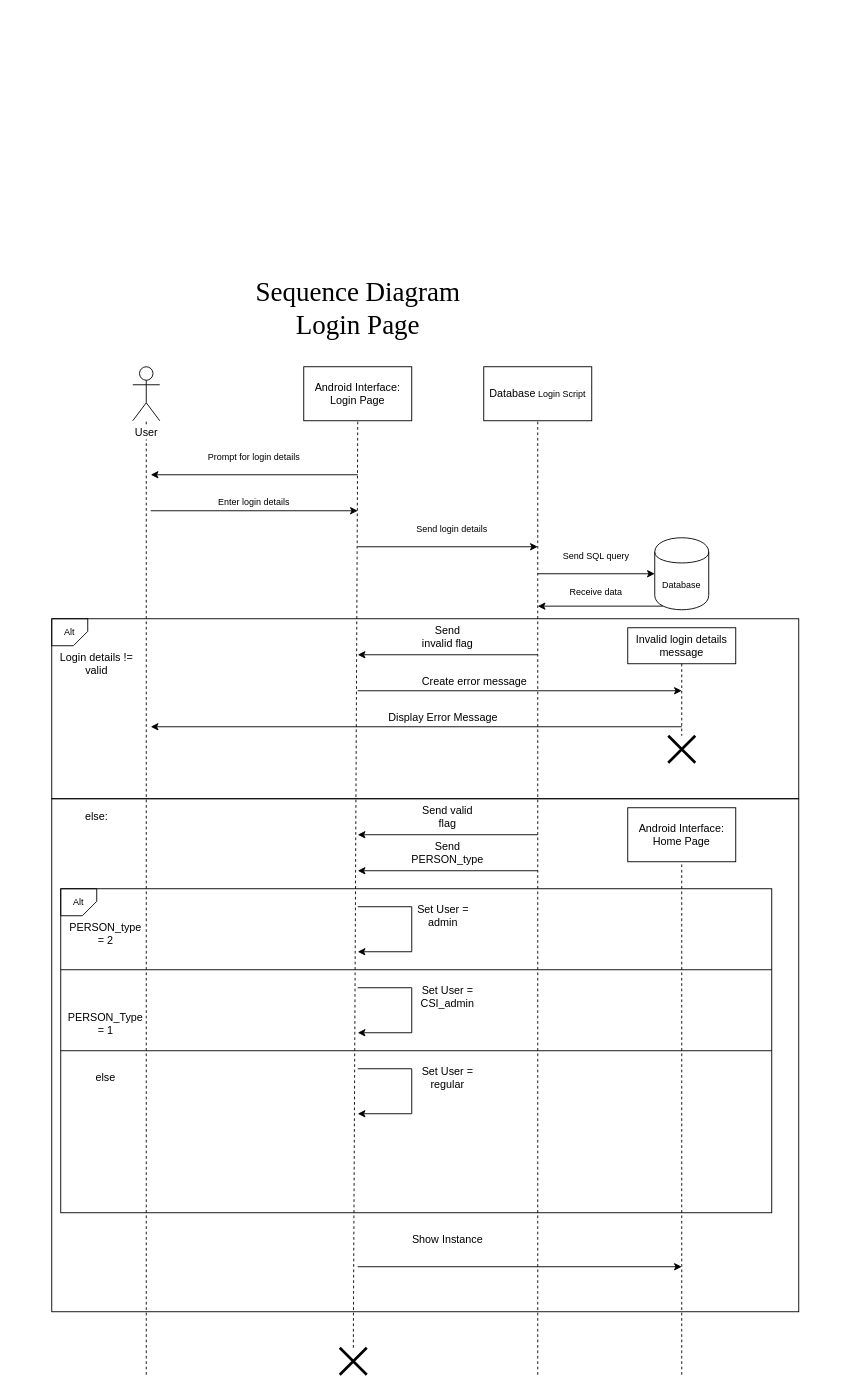
Earlier version of the draw.io diagram Diagrams/Sequence_Diagram_Login.drawio (Makizoro/Overclock). Source tidied: cells renumbered, new cells numbered last; positions are measured from the earlier drawing's top-left corner, leaving out a move shared by most shapes. Both pictures are drawn from the tidied source at 90%, with x=0, y=0 at pixel (51, 267).
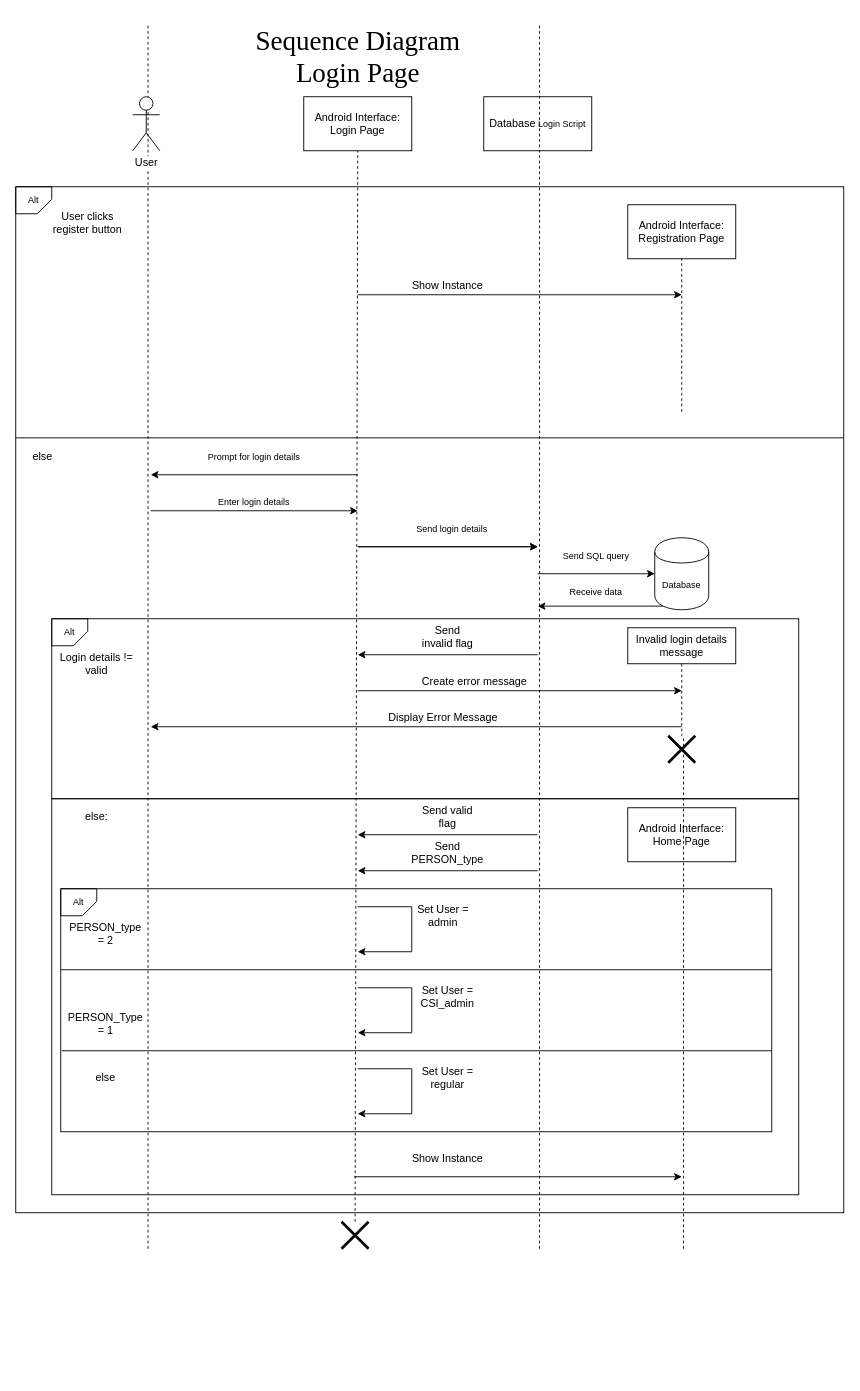
Above is the later version.

The change refers to these unchanged cells:
```xml
<mxCell id="35" value="Android Interface: Home Page" style="rounded=0;whiteSpace=wrap;html=1;" parent="1" vertex="1">
  <mxGeometry x="640" y="600" width="120" height="60" as="geometry" />
</mxCell>
```

What changed in the source:
```diff
@@
+    <mxCell id="56" style="rounded=0;whiteSpace=wrap;html=1;fontSize=10;fillColor=none;" parent="1" vertex="1">
+      <mxGeometry x="-40" y="-90" width="920" height="1140" as="geometry" />
+    </mxCell>
@@
     <mxCell id="3" style="rounded=0;whiteSpace=wrap;html=1;fontSize=10;fillColor=none;" parent="1" vertex="1">
-      <mxGeometry y="590" width="830" height="570" as="geometry" />
+      <mxGeometry y="590" width="830" height="440" as="geometry" />
     </mxCell>
     <mxCell id="4" style="rounded=0;whiteSpace=wrap;html=1;fillColor=none;" parent="1" vertex="1">
-      <mxGeometry x="10" y="690" width="790" height="360" as="geometry" />
+      <mxGeometry x="10" y="690" width="790" height="270" as="geometry" />
     </mxCell>
@@
-    <mxCell id="6" style="endArrow=none;dashed=1;html=1;" parent="1" edge="1" target="7">
+    <mxCell id="6" style="endArrow=none;dashed=1;html=1;" parent="1" edge="1">
       <mxGeometry relative="1" as="geometry">
-        <mxPoint x="105" y="1230" as="sourcePoint" />
+        <mxPoint x="107" y="1090" as="sourcePoint" />
+        <mxPoint x="107" y="-270" as="targetPoint" />
       </mxGeometry>
     </mxCell>
     <mxCell id="7" value="&lt;div&gt;&lt;span style=&quot;background-color: rgb(255 , 255 , 255)&quot;&gt;User&lt;/span&gt;&lt;/div&gt;" style="shape=umlActor;verticalLabelPosition=bottom;labelBackgroundColor=#ffffff;verticalAlign=top;html=1;outlineConnect=0;" parent="1" vertex="1">
-      <mxGeometry x="90" y="110" width="30" height="60" as="geometry" />
+      <mxGeometry x="90" y="-190" width="30" height="60" as="geometry" />
     </mxCell>
     <mxCell id="8" value="Android Interface: Login Page" style="rounded=0;whiteSpace=wrap;html=1;" parent="1" vertex="1">
-      <mxGeometry x="280" y="110" width="120" height="60" as="geometry" />
+      <mxGeometry x="280" y="-190" width="120" height="60" as="geometry" />
     </mxCell>
@@
     <mxCell id="13" value="&lt;font style=&quot;font-size: 12px&quot;&gt;Database&lt;/font&gt; Login Script" style="rounded=0;whiteSpace=wrap;html=1;fontSize=10;" parent="1" vertex="1">
-      <mxGeometry x="480" y="110" width="120" height="60" as="geometry" />
+      <mxGeometry x="480" y="-190" width="120" height="60" as="geometry" />
     </mxCell>
-    <mxCell id="14" style="endArrow=none;dashed=1;html=1;fontSize=10;entryX=0.5;entryY=1;entryDx=0;entryDy=0;" parent="1" edge="1" target="13">
+    <mxCell id="14" style="endArrow=none;dashed=1;html=1;fontSize=10;entryX=0.5;entryY=1;entryDx=0;entryDy=0;" parent="1" edge="1">
       <mxGeometry relative="1" as="geometry">
-        <mxPoint x="540" y="1230" as="sourcePoint" />
+        <mxPoint x="542" y="1090" as="sourcePoint" />
+        <mxPoint x="542" y="-270" as="targetPoint" />
       </mxGeometry>
     </mxCell>
@@
-    <mxCell id="36" style="endArrow=none;dashed=1;html=1;entryX=0.5;entryY=1;entryDx=0;entryDy=0;" parent="1" edge="1" target="35">
+    <mxCell id="36" style="endArrow=none;dashed=1;html=1;entryX=0.5;entryY=1;entryDx=0;entryDy=0;" parent="1" edge="1">
       <mxGeometry relative="1" as="geometry">
-        <mxPoint x="700" y="1230" as="sourcePoint" />
+        <mxPoint x="702" y="1090" as="sourcePoint" />
+        <mxPoint x="702" y="520" as="targetPoint" />
       </mxGeometry>
     </mxCell>
     <mxCell id="37" style="shape=umlDestroy;whiteSpace=wrap;html=1;strokeWidth=3;" parent="1" vertex="1">
-      <mxGeometry x="320" y="1200" width="30" height="30" as="geometry" />
+      <mxGeometry x="322" y="1060" width="30" height="30" as="geometry" />
     </mxCell>
     <mxCell id="38" style="endArrow=classic;html=1;" parent="1" edge="1">
       <mxGeometry relative="1" as="geometry">
-        <mxPoint x="340" y="1110" as="sourcePoint" />
-        <mxPoint x="700" y="1110" as="targetPoint" />
+        <mxPoint x="336" y="1010" as="sourcePoint" />
+        <mxPoint x="700" y="1010" as="targetPoint" />
       </mxGeometry>
     </mxCell>
     <mxCell id="39" value="Show Instance" style="text;html=1;strokeColor=none;fillColor=none;align=center;verticalAlign=middle;whiteSpace=wrap;rounded=0;" parent="1" vertex="1">
-      <mxGeometry x="395" y="1070" width="90" height="20" as="geometry" />
+      <mxGeometry x="395" y="980" width="90" height="20" as="geometry" />
     </mxCell>
@@
-    <mxCell id="44" style="endArrow=none;html=1;exitX=0;exitY=0.25;exitDx=0;exitDy=0;entryX=1;entryY=0.25;entryDx=0;entryDy=0;" parent="1" edge="1" source="4" target="4">
-      <mxGeometry relative="1" as="geometry" />
+    <mxCell id="44" style="endArrow=none;html=1;" parent="1" edge="1">
+      <mxGeometry relative="1" as="geometry">
+        <mxPoint x="10" y="780" as="sourcePoint" />
+        <mxPoint x="800" y="780" as="targetPoint" />
+      </mxGeometry>
     </mxCell>
@@
-    <mxCell id="50" style="endArrow=none;html=1;exitX=0;exitY=0.5;exitDx=0;exitDy=0;entryX=1;entryY=0.5;entryDx=0;entryDy=0;" parent="1" edge="1" source="4" target="4">
-      <mxGeometry relative="1" as="geometry" />
+    <mxCell id="50" style="endArrow=none;html=1;" parent="1" edge="1">
+      <mxGeometry relative="1" as="geometry">
+        <mxPoint x="11" y="870" as="sourcePoint" />
+        <mxPoint x="800" y="870" as="targetPoint" />
+      </mxGeometry>
     </mxCell>
@@
     <mxCell id="55" value="Sequence Diagram Login Page" style="text;html=1;strokeColor=none;fillColor=none;align=center;verticalAlign=middle;whiteSpace=wrap;rounded=0;fontFamily=Times New Roman;fontSize=30;" parent="1" vertex="1">
-      <mxGeometry x="202.5" width="275" height="90" as="geometry" />
+      <mxGeometry x="202.5" y="-280" width="275" height="90" as="geometry" />
     </mxCell>
+    <mxCell id="57" style="endArrow=classic;html=1;fontSize=10;" parent="1" edge="1">
+      <mxGeometry relative="1" as="geometry">
+        <mxPoint x="340" y="310" as="sourcePoint" />
+        <mxPoint x="540" y="310" as="targetPoint" />
+      </mxGeometry>
+    </mxCell>
+    <mxCell id="58" value="Alt" style="shape=card;whiteSpace=wrap;html=1;fillColor=none;fontSize=10;rotation=0;direction=west;size=16;" parent="1" vertex="1">
+      <mxGeometry x="-40" y="-90" width="40" height="30" as="geometry" />
+    </mxCell>
+    <mxCell id="59" value="User clicks register button" style="text;html=1;strokeColor=none;fillColor=none;align=center;verticalAlign=middle;whiteSpace=wrap;rounded=0;" parent="1" vertex="1">
+      <mxGeometry x="-10" y="-60" width="100" height="20" as="geometry" />
+    </mxCell>
+    <mxCell id="60" style="endArrow=none;html=1;endSize=6;jumpSize=6;spacing=2;" parent="1" edge="1">
+      <mxGeometry relative="1" as="geometry">
+        <mxPoint x="-40" y="189" as="sourcePoint" />
+        <mxPoint x="880" y="189" as="targetPoint" />
+      </mxGeometry>
+    </mxCell>
+    <mxCell id="61" value="else" style="text;html=1;strokeColor=none;fillColor=none;align=center;verticalAlign=middle;whiteSpace=wrap;rounded=0;" parent="1" vertex="1">
+      <mxGeometry x="-30" y="200" width="40" height="20" as="geometry" />
+    </mxCell>
+    <mxCell id="62" value="Android Interface: Registration Page" style="rounded=0;whiteSpace=wrap;html=1;" parent="1" vertex="1">
+      <mxGeometry x="640" y="-70" width="120" height="60" as="geometry" />
+    </mxCell>
+    <mxCell id="63" value="Show Instance" style="text;html=1;strokeColor=none;fillColor=none;align=center;verticalAlign=middle;whiteSpace=wrap;rounded=0;" parent="1" vertex="1">
+      <mxGeometry x="395" y="10" width="90" height="20" as="geometry" />
+    </mxCell>
+    <mxCell id="64" style="endArrow=classic;html=1;" parent="1" edge="1">
+      <mxGeometry relative="1" as="geometry">
+        <mxPoint x="340" y="30" as="sourcePoint" />
+        <mxPoint x="700" y="30" as="targetPoint" />
+      </mxGeometry>
+    </mxCell>
+    <mxCell id="65" style="endArrow=none;dashed=1;entryX=0.5;entryY=1;entryDx=0;entryDy=0;html=1;" parent="1" edge="1" target="62">
+      <mxGeometry relative="1" as="geometry">
+        <mxPoint x="700" y="160" as="sourcePoint" />
+      </mxGeometry>
+    </mxCell>
```
